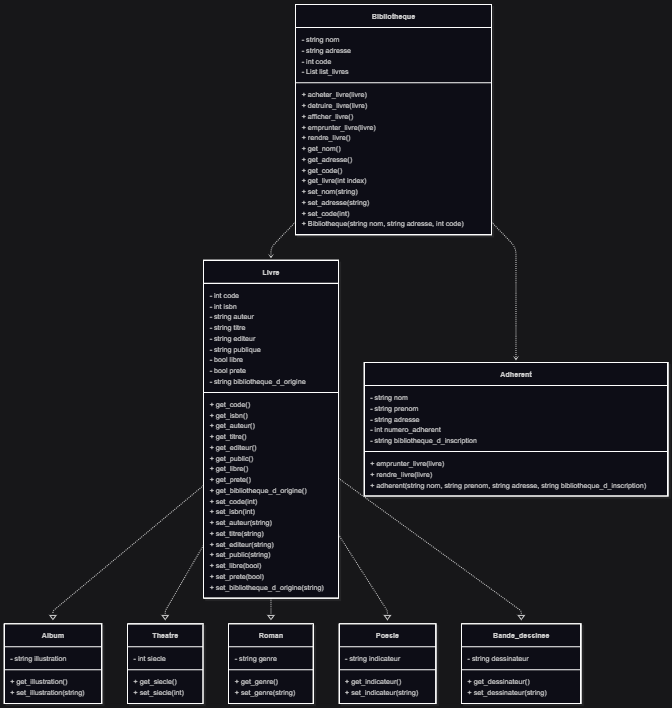
Before: diagrams/mermaid.png, a diagram exported from Mermaid (Esteban-ve/projet-gestion-de-bibliotheques). Its source is kept beside it as diagrams/mermaid.mmd.
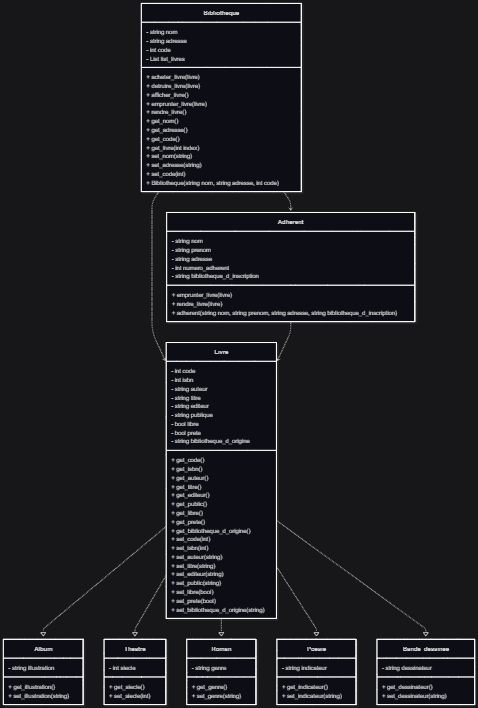
After the change.

Commit message:
remodif de l'uml pour mermaid

Change to the diagram source:
```diff
@@ -2,6 +2,7 @@
 
 Bibliotheque ..> Livre
 Bibliotheque ..> Adherent
+Adherent ..> Livre
 
 Livre ..|> Album
 Livre ..|> Theatre
```
